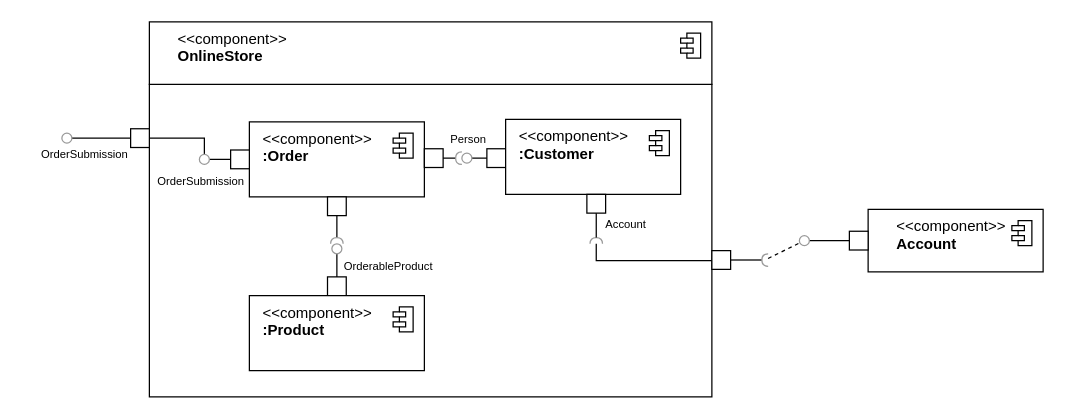
Above: examples/uml-component-example.drawio in jgraph/drawio-diagrams (draw.io), before the change. Source tidied: cells renumbered, new cells numbered last; positions are measured from the earlier drawing's top-left corner, leaving out a move shared by most shapes. Both pictures are drawn from the tidied source at 125%, with x=0, y=0 at pixel (61, 21).
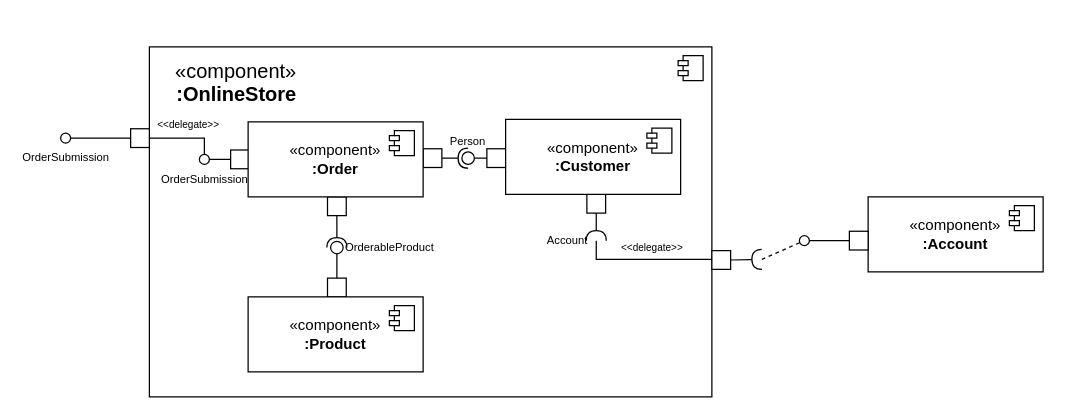
After the change.

Commit message:
updated example diagram

Diff of the diagram source:
```diff
@@
-    <mxCell id="2" style="group;" parent="1" vertex="1">
-      <mxGeometry width="565" height="300" as="geometry" />
-    </mxCell>
-    <mxCell id="3" style="rounded=0;whiteSpace=wrap;html=1;" parent="2" vertex="1">
-      <mxGeometry x="70" y="50" width="450" height="250" as="geometry" />
-    </mxCell>
+    <mxCell id="54" value="«component»&lt;br&gt;&lt;b&gt;:OnlineStore&lt;/b&gt;" style="html=1;whiteSpace=wrap;fontSize=16;labelPosition=left;verticalLabelPosition=top;align=right;verticalAlign=bottom;spacingLeft=0;spacingRight=-120;spacingTop=0;spacingBottom=-50;" parent="1" vertex="1">
+      <mxGeometry x="70" y="20" width="450" height="280" as="geometry" />
+    </mxCell>
+    <mxCell id="55" style="shape=module;jettyWidth=8;jettyHeight=4;fontSize=16;" parent="54" vertex="1">
+      <mxGeometry x="1" width="20" height="20" relative="1" as="geometry">
+        <mxPoint x="-27" y="7" as="offset" />
+      </mxGeometry>
+    </mxCell>
+    <mxCell id="15" style="edgeStyle=orthogonalEdgeStyle;rounded=0;jettySize=auto;html=1;labelBackgroundColor=none;endArrow=none;endFill=0;" parent="1" edge="1" source="43" target="7">
+      <mxGeometry relative="1" as="geometry">
+        <Array as="points">
+          <mxPoint x="114" y="93" />
+        </Array>
+      </mxGeometry>
+    </mxCell>
+    <mxCell id="56" value="&amp;lt;&amp;lt;delegate&amp;gt;&amp;gt;" style="edgeLabel;html=1;align=center;verticalAlign=bottom;fontSize=8;labelPosition=center;verticalLabelPosition=top;" parent="15" vertex="1">
+      <mxGeometry x="-0.05" y="1" relative="1" as="geometry">
+        <mxPoint y="-5" as="offset" />
+      </mxGeometry>
+    </mxCell>
+    <mxCell id="57" value="«component»&lt;br style=&quot;font-size: 12px;&quot;&gt;&lt;b style=&quot;font-size: 12px;&quot;&gt;:Account&lt;/b&gt;" style="html=1;whiteSpace=wrap;fontSize=12;" parent="1" vertex="1">
+      <mxGeometry x="645" y="140" width="140" height="60" as="geometry" />
+    </mxCell>
+    <mxCell id="58" style="shape=module;jettyWidth=8;jettyHeight=4;fontSize=16;" parent="57" vertex="1">
+      <mxGeometry x="1" width="20" height="20" relative="1" as="geometry">
+        <mxPoint x="-27" y="7" as="offset" />
+      </mxGeometry>
+    </mxCell>
+    <mxCell id="19" style="html=1;rounded=0;" parent="1" vertex="1">
+      <mxGeometry x="630" y="167.5" width="15" height="15" as="geometry" />
+    </mxCell>
+    <mxCell id="20" style="endArrow=none;html=1;rounded=0;align=center;verticalAlign=top;endFill=0;labelBackgroundColor=none;endSize=2;fontSize=9;" parent="1" edge="1" source="19" target="73">
+      <mxGeometry relative="1" as="geometry" />
+    </mxCell>
+    <mxCell id="37" style="html=1;rounded=0;" parent="1" vertex="1">
+      <mxGeometry x="289" y="101.5" width="15" height="15" as="geometry" />
+    </mxCell>
+    <mxCell id="40" style="html=1;rounded=0;" parent="1" vertex="1">
+      <mxGeometry x="135" y="102.5" width="15" height="15" as="geometry" />
+    </mxCell>
+    <mxCell id="41" style="endArrow=none;html=1;rounded=0;align=center;verticalAlign=top;endFill=0;labelBackgroundColor=none;endSize=2;" parent="1" edge="1" source="40" target="43">
+      <mxGeometry relative="1" as="geometry" />
+    </mxCell>
+    <mxCell id="43" value="OrderSubmission" style="ellipse;html=1;fontSize=9;align=center;fillColor=none;points=[];verticalAlign=top;labelPosition=center;verticalLabelPosition=bottom;flipH=1;strokeColor=#000000;" parent="1" vertex="1">
+      <mxGeometry x="110" y="106" width="8" height="8" as="geometry" />
+    </mxCell>
+    <mxCell id="44" style="html=1;rounded=0;" parent="1" vertex="1">
+      <mxGeometry x="212.5" y="140" width="15" height="15" as="geometry" />
+    </mxCell>
+    <mxCell id="23" style="html=1;rounded=0;" parent="1" vertex="1">
+      <mxGeometry x="340" y="101.5" width="15" height="15" as="geometry" />
+    </mxCell>
+    <mxCell id="31" style="html=1;rounded=0;" parent="1" vertex="1">
+      <mxGeometry x="420" y="138" width="15" height="15" as="geometry" />
+    </mxCell>
+    <mxCell id="48" style="html=1;rounded=0;" parent="1" vertex="1">
+      <mxGeometry x="212.5" y="205" width="15" height="15" as="geometry" />
+    </mxCell>
+    <mxCell id="59" style="rounded=0;jettySize=auto;html=1;endArrow=halfCircle;endFill=0;endSize=6;strokeWidth=1;sketch=0;fontSize=12;curved=1;exitX=1;exitY=0.5;exitDx=0;exitDy=0;" parent="1" edge="1" source="37" target="25">
+      <mxGeometry relative="1" as="geometry" />
+    </mxCell>
+    <mxCell id="60" style="rounded=0;jettySize=auto;html=1;endArrow=oval;endFill=0;sketch=0;sourcePerimeterSpacing=0;targetPerimeterSpacing=0;endSize=10;fontSize=12;curved=1;exitX=0;exitY=0.5;exitDx=0;exitDy=0;" parent="1" edge="1" source="23" target="25">
+      <mxGeometry relative="1" as="geometry" />
+    </mxCell>
+    <mxCell id="61" style="rounded=0;jettySize=auto;html=1;endArrow=halfCircle;endFill=0;endSize=6;strokeWidth=1;sketch=0;fontSize=12;curved=1;exitX=0.5;exitY=1;exitDx=0;exitDy=0;" parent="1" edge="1" source="44" target="50">
+      <mxGeometry relative="1" as="geometry" />
+    </mxCell>
+    <mxCell id="62" style="rounded=0;jettySize=auto;html=1;endArrow=oval;endFill=0;sketch=0;sourcePerimeterSpacing=0;targetPerimeterSpacing=0;endSize=10;fontSize=12;curved=1;exitX=0.5;exitY=0;exitDx=0;exitDy=0;" parent="1" edge="1" source="48" target="50">
+      <mxGeometry relative="1" as="geometry" />
+    </mxCell>
+    <mxCell id="63" style="rounded=0;jettySize=auto;html=1;endArrow=halfCircle;endFill=0;endSize=6;strokeWidth=1;sketch=0;fontSize=12;curved=1;exitX=0.5;exitY=1;exitDx=0;exitDy=0;" parent="1" edge="1" source="31" target="33">
+      <mxGeometry relative="1" as="geometry" />
+    </mxCell>
-    <mxCell id="4" style="html=1;rounded=0;" parent="2" vertex="1">
+    <mxCell id="4" style="html=1;rounded=0;" parent="1" vertex="1">
       <mxGeometry x="520" y="183" width="15" height="15" as="geometry" />
     </mxCell>
-    <mxCell id="5" style="endArrow=none;html=1;rounded=0;align=center;verticalAlign=top;endFill=0;labelBackgroundColor=none;endSize=2;" parent="2" edge="1" source="4" target="6">
-      <mxGeometry relative="1" as="geometry" />
-    </mxCell>
-    <mxCell id="6" style="shape=requiredInterface;html=1;fontSize=11;align=center;fillColor=none;points=[];verticalAlign=bottom;labelPosition=center;verticalLabelPosition=top;flipH=1;strokeColor=#999999;" parent="2" vertex="1">
-      <mxGeometry x="560" y="185.5" width="5" height="10" as="geometry" />
-    </mxCell>
-    <mxCell id="7" style="html=1;rounded=0;" parent="2" vertex="1">
+    <mxCell id="7" style="html=1;rounded=0;" parent="1" vertex="1">
       <mxGeometry x="55" y="85.5" width="15" height="15" as="geometry" />
     </mxCell>
-    <mxCell id="8" style="endArrow=none;html=1;rounded=0;align=center;verticalAlign=top;endFill=0;labelBackgroundColor=none;endSize=2;" parent="2" edge="1" source="7" target="10">
+    <mxCell id="8" style="endArrow=none;html=1;rounded=0;align=center;verticalAlign=top;endFill=0;labelBackgroundColor=none;endSize=2;" parent="1" edge="1" source="7" target="10">
       <mxGeometry relative="1" as="geometry" />
     </mxCell>
-    <mxCell id="9" value="OrderSubmission" style="edgeLabel;html=1;align=center;verticalAlign=middle;fontSize=9;" parent="8" vertex="1">
-      <mxGeometry x="0.62" y="-1" relative="1" as="geometry">
-        <mxPoint y="13" as="offset" />
-      </mxGeometry>
-    </mxCell>
-    <mxCell id="10" style="ellipse;html=1;fontSize=11;align=center;fillColor=none;points=[];verticalAlign=bottom;labelPosition=center;verticalLabelPosition=top;flipH=1;strokeColor=#999999;" parent="2" vertex="1">
-      <mxGeometry y="89" width="8" height="8" as="geometry" />
+    <mxCell id="10" value="OrderSubmission" style="ellipse;html=1;fontSize=9;align=center;fillColor=none;points=[];verticalAlign=top;labelPosition=center;verticalLabelPosition=bottom;flipH=1;strokeColor=#000000;" parent="1" vertex="1">
+      <mxGeometry x="-1" y="89" width="8" height="8" as="geometry" />
     </mxCell>
-    <mxCell id="11" value="&lt;div&gt;&amp;lt;&amp;lt;component&amp;gt;&amp;gt;&lt;/div&gt;&lt;div&gt;&lt;b&gt;OnlineStore&lt;/b&gt;&lt;/div&gt;" style="html=1;align=left;spacingLeft=21;verticalAlign=top;" parent="2" vertex="1">
-      <mxGeometry x="70" width="450" height="50" as="geometry" />
-    </mxCell>
-    <mxCell id="12" style="shape=module;jettyWidth=10;jettyHeight=4;" parent="11" vertex="1">
-      <mxGeometry x="1" width="16" height="20" relative="1" as="geometry">
-        <mxPoint x="-25" y="9" as="offset" />
-      </mxGeometry>
-    </mxCell>
+    <mxCell id="64" value="«component»&lt;br style=&quot;font-size: 12px;&quot;&gt;&lt;b style=&quot;font-size: 12px;&quot;&gt;:Product&lt;/b&gt;" style="html=1;whiteSpace=wrap;fontSize=12;" parent="1" vertex="1">
+      <mxGeometry x="149" y="220" width="140" height="60" as="geometry" />
+    </mxCell>
+    <mxCell id="65" style="shape=module;jettyWidth=8;jettyHeight=4;fontSize=16;" parent="64" vertex="1">
+      <mxGeometry x="1" width="20" height="20" relative="1" as="geometry">
+        <mxPoint x="-27" y="7" as="offset" />
+      </mxGeometry>
+    </mxCell>
+    <mxCell id="66" value="«component»&lt;br style=&quot;font-size: 12px;&quot;&gt;&lt;b style=&quot;font-size: 12px;&quot;&gt;:Customer&lt;/b&gt;" style="html=1;whiteSpace=wrap;fontSize=12;" parent="1" vertex="1">
+      <mxGeometry x="355" y="78" width="140" height="60" as="geometry" />
+    </mxCell>
+    <mxCell id="67" style="shape=module;jettyWidth=8;jettyHeight=4;fontSize=16;" parent="66" vertex="1">
+      <mxGeometry x="1" width="20" height="20" relative="1" as="geometry">
+        <mxPoint x="-27" y="7" as="offset" />
+      </mxGeometry>
+    </mxCell>
+    <mxCell id="68" value="«component»&lt;br style=&quot;font-size: 12px;&quot;&gt;&lt;b style=&quot;font-size: 12px;&quot;&gt;:Order&lt;/b&gt;" style="html=1;whiteSpace=wrap;fontSize=12;" parent="1" vertex="1">
+      <mxGeometry x="149" y="80" width="140" height="60" as="geometry" />
+    </mxCell>
+    <mxCell id="69" style="shape=module;jettyWidth=8;jettyHeight=4;fontSize=16;" parent="68" vertex="1">
+      <mxGeometry x="1" width="20" height="20" relative="1" as="geometry">
+        <mxPoint x="-27" y="7" as="offset" />
+      </mxGeometry>
+    </mxCell>
+    <mxCell id="25" value="Person" style="ellipse;whiteSpace=wrap;html=1;align=center;fillColor=none;strokeColor=none;perimeter=centerPerimeter;points=[];outlineConnect=1;fontSize=9;labelPosition=center;verticalLabelPosition=top;verticalAlign=bottom;" parent="1" vertex="1">
+      <mxGeometry x="320" y="104" width="10" height="10" as="geometry" />
+    </mxCell>
+    <mxCell id="50" value="OrderableProduct" style="ellipse;whiteSpace=wrap;html=1;align=left;fillColor=none;strokeColor=none;perimeter=centerPerimeter;points=[];outlineConnect=1;fontSize=9;labelPosition=right;verticalLabelPosition=middle;verticalAlign=middle;" parent="1" vertex="1">
+      <mxGeometry x="215" y="175.5" width="10" height="10" as="geometry" />
+    </mxCell>
+    <mxCell id="33" value="Account" style="ellipse;whiteSpace=wrap;html=1;align=right;fillColor=none;strokeColor=none;perimeter=centerPerimeter;points=[];outlineConnect=1;fontSize=9;labelPosition=left;verticalLabelPosition=middle;verticalAlign=middle;" parent="1" vertex="1">
+      <mxGeometry x="422.5" y="170" width="10" height="10" as="geometry" />
+    </mxCell>
-    <mxCell id="13" style="edgeStyle=orthogonalEdgeStyle;rounded=0;jettySize=auto;html=1;labelBackgroundColor=none;endArrow=none;endFill=0;" parent="1" edge="1" source="28" target="4">
-      <mxGeometry relative="1" as="geometry">
+    <mxCell id="13" value="&lt;span style=&quot;caret-color: rgb(0, 0, 0); color: rgb(0, 0, 0); font-family: Helvetica; font-size: 8px; font-style: normal; font-variant-caps: normal; font-weight: 400; letter-spacing: normal; text-align: center; text-indent: 0px; text-transform: none; word-spacing: 0px; -webkit-text-stroke-width: 0px; background-color: rgb(255, 255, 255); text-decoration: none; float: none; display: inline !important;&quot;&gt;&amp;lt;&amp;lt;delegate&amp;gt;&amp;gt;&lt;/span&gt;" style="edgeStyle=orthogonalEdgeStyle;rounded=0;jettySize=auto;html=1;labelBackgroundColor=none;endArrow=none;endFill=0;exitX=0.45;exitY=1;exitDx=0;exitDy=0;exitPerimeter=0;" parent="1" edge="1" source="33" target="4">
+      <mxGeometry x="0.08" y="10" relative="1" as="geometry">
         <Array as="points">
-          <mxPoint x="428" y="191" />
+          <mxPoint x="428" y="190" />
         </Array>
+        <mxPoint x="1" as="offset" />
       </mxGeometry>
     </mxCell>
-    <mxCell id="14" style="rounded=0;jettySize=auto;html=1;labelBackgroundColor=none;endArrow=none;endFill=0;fontSize=9;dashed=1;" parent="1" edge="1" source="6" target="21">
-      <mxGeometry relative="1" as="geometry" />
-    </mxCell>
-    <mxCell id="15" style="edgeStyle=orthogonalEdgeStyle;rounded=0;jettySize=auto;html=1;labelBackgroundColor=none;endArrow=none;endFill=0;" parent="1" edge="1" source="43" target="7">
-      <mxGeometry relative="1" as="geometry">
-        <Array as="points">
-          <mxPoint x="114" y="93" />
-        </Array>
-      </mxGeometry>
-    </mxCell>
-    <mxCell id="16" style="group;" parent="1" vertex="1">
-      <mxGeometry x="590" y="150" width="195" height="50" as="geometry" />
-    </mxCell>
-    <mxCell id="17" value="&lt;div&gt;&amp;lt;&amp;lt;component&amp;gt;&amp;gt;&lt;/div&gt;&lt;div&gt;&lt;b&gt;Account&lt;/b&gt;&lt;/div&gt;" style="html=1;align=left;spacingLeft=21;verticalAlign=top;" parent="16" vertex="1">
-      <mxGeometry x="55" width="140" height="50" as="geometry" />
-    </mxCell>
-    <mxCell id="18" style="shape=module;jettyWidth=10;jettyHeight=4;" parent="17" vertex="1">
-      <mxGeometry x="1" width="16" height="20" relative="1" as="geometry">
-        <mxPoint x="-25" y="9" as="offset" />
-      </mxGeometry>
-    </mxCell>
-    <mxCell id="19" style="html=1;rounded=0;" parent="16" vertex="1">
-      <mxGeometry x="40" y="17.5" width="15" height="15" as="geometry" />
-    </mxCell>
-    <mxCell id="20" style="endArrow=none;html=1;rounded=0;align=center;verticalAlign=top;endFill=0;labelBackgroundColor=none;endSize=2;fontSize=9;" parent="16" edge="1" source="19" target="21">
-      <mxGeometry relative="1" as="geometry" />
-    </mxCell>
-    <mxCell id="21" style="ellipse;html=1;fontSize=11;align=center;fillColor=none;points=[];verticalAlign=bottom;labelPosition=center;verticalLabelPosition=top;flipH=1;strokeColor=#999999;" parent="16" vertex="1">
-      <mxGeometry y="21" width="8" height="8" as="geometry" />
-    </mxCell>
-    <mxCell id="22" style="group;" parent="1" vertex="1">
-      <mxGeometry x="320" y="78" width="175" height="99.5" as="geometry" />
-    </mxCell>
-    <mxCell id="23" style="html=1;rounded=0;" parent="22" vertex="1">
-      <mxGeometry x="20" y="23.5" width="15" height="15" as="geometry" />
-    </mxCell>
-    <mxCell id="24" style="endArrow=none;html=1;rounded=0;align=center;verticalAlign=top;endFill=0;labelBackgroundColor=none;endSize=2;fontSize=9;" parent="22" edge="1" source="23" target="26">
-      <mxGeometry relative="1" as="geometry" />
-    </mxCell>
-    <mxCell id="25" value="Person" style="edgeLabel;html=1;align=center;verticalAlign=middle;points=[];fontSize=9;" parent="24" vertex="1">
-      <mxGeometry y="-2" relative="1" as="geometry">
-        <mxPoint x="-10" y="-14" as="offset" />
-      </mxGeometry>
-    </mxCell>
-    <mxCell id="26" style="ellipse;html=1;fontSize=11;align=center;fillColor=none;points=[];verticalAlign=bottom;labelPosition=center;verticalLabelPosition=top;flipH=1;strokeColor=#999999;" parent="22" vertex="1">
-      <mxGeometry y="27" width="8" height="8" as="geometry" />
-    </mxCell>
-    <mxCell id="27" style="html=1;rounded=0;" parent="22" vertex="1">
-      <mxGeometry x="100" y="42" width="15" height="15" as="geometry" />
-    </mxCell>
-    <mxCell id="28" style="shape=requiredInterface;html=1;fontSize=11;align=center;fillColor=none;points=[];verticalAlign=bottom;labelPosition=center;verticalLabelPosition=top;flipH=1;strokeColor=#999999;rotation=90;" parent="22" vertex="1">
-      <mxGeometry x="105" y="92" width="5" height="10" as="geometry" />
-    </mxCell>
-    <mxCell id="29" value="&lt;div&gt;&amp;lt;&amp;lt;component&amp;gt;&amp;gt;&lt;/div&gt;&lt;div&gt;&lt;b&gt;:Customer&lt;/b&gt;&lt;/div&gt;" style="html=1;align=left;spacingLeft=9;verticalAlign=top;" parent="22" vertex="1">
-      <mxGeometry x="35" width="140" height="60" as="geometry" />
-    </mxCell>
-    <mxCell id="30" style="shape=module;jettyWidth=10;jettyHeight=4;" parent="29" vertex="1">
-      <mxGeometry x="1" width="16" height="20" relative="1" as="geometry">
-        <mxPoint x="-25" y="9" as="offset" />
-      </mxGeometry>
-    </mxCell>
-    <mxCell id="31" style="html=1;rounded=0;" parent="22" vertex="1">
-      <mxGeometry x="100" y="60" width="15" height="15" as="geometry" />
-    </mxCell>
-    <mxCell id="32" style="endArrow=none;html=1;rounded=0;align=center;verticalAlign=top;endFill=0;labelBackgroundColor=none;endSize=2;fontSize=9;" parent="22" edge="1" source="31" target="28">
-      <mxGeometry relative="1" as="geometry" />
-    </mxCell>
-    <mxCell id="33" value="Account" style="edgeLabel;html=1;align=center;verticalAlign=middle;points=[];fontSize=9;" parent="32" vertex="1">
-      <mxGeometry x="-0.18" y="2" relative="1" as="geometry">
-        <mxPoint x="20.5" as="offset" />
-      </mxGeometry>
-    </mxCell>
-    <mxCell id="34" style="group;" parent="1" vertex="1">
-      <mxGeometry x="110" y="80" width="210" height="97.5" as="geometry" />
-    </mxCell>
-    <mxCell id="35" value="&lt;div&gt;&amp;lt;&amp;lt;component&amp;gt;&amp;gt;&lt;/div&gt;&lt;div&gt;&lt;b&gt;:Order&lt;/b&gt;&lt;/div&gt;" style="html=1;align=left;spacingLeft=9;verticalAlign=top;" parent="34" vertex="1">
-      <mxGeometry x="40" width="140" height="60" as="geometry" />
-    </mxCell>
-    <mxCell id="36" style="shape=module;jettyWidth=10;jettyHeight=4;" parent="35" vertex="1">
-      <mxGeometry x="1" width="16" height="20" relative="1" as="geometry">
-        <mxPoint x="-25" y="9" as="offset" />
-      </mxGeometry>
-    </mxCell>
-    <mxCell id="37" style="html=1;rounded=0;" parent="34" vertex="1">
-      <mxGeometry x="180" y="21.5" width="15" height="15" as="geometry" />
-    </mxCell>
-    <mxCell id="38" style="endArrow=none;html=1;rounded=0;align=center;verticalAlign=top;endFill=0;labelBackgroundColor=none;endSize=2;" parent="34" edge="1" source="37" target="39">
-      <mxGeometry relative="1" as="geometry" />
-    </mxCell>
-    <mxCell id="39" style="shape=requiredInterface;html=1;fontSize=11;align=center;fillColor=none;points=[];verticalAlign=bottom;labelPosition=center;verticalLabelPosition=top;flipH=1;strokeColor=#999999;" parent="34" vertex="1">
-      <mxGeometry x="205" y="24" width="5" height="10" as="geometry" />
-    </mxCell>
-    <mxCell id="40" style="html=1;rounded=0;" parent="34" vertex="1">
-      <mxGeometry x="25" y="22.5" width="15" height="15" as="geometry" />
-    </mxCell>
-    <mxCell id="41" style="endArrow=none;html=1;rounded=0;align=center;verticalAlign=top;endFill=0;labelBackgroundColor=none;endSize=2;" parent="34" edge="1" source="40" target="43">
-      <mxGeometry relative="1" as="geometry" />
-    </mxCell>
-    <mxCell id="42" value="OrderSubmission" style="edgeLabel;html=1;align=center;verticalAlign=middle;fontSize=9;" parent="41" vertex="1">
-      <mxGeometry x="0.06" y="-1" relative="1" as="geometry">
-        <mxPoint x="-16" y="18.5" as="offset" />
-      </mxGeometry>
-    </mxCell>
-    <mxCell id="43" style="ellipse;html=1;fontSize=11;align=center;fillColor=none;points=[];verticalAlign=bottom;labelPosition=center;verticalLabelPosition=top;flipH=1;strokeColor=#999999;" parent="34" vertex="1">
-      <mxGeometry y="26" width="8" height="8" as="geometry" />
-    </mxCell>
-    <mxCell id="44" style="html=1;rounded=0;" parent="34" vertex="1">
-      <mxGeometry x="102.5" y="60" width="15" height="15" as="geometry" />
-    </mxCell>
-    <mxCell id="45" style="endArrow=none;html=1;rounded=0;align=center;verticalAlign=top;endFill=0;labelBackgroundColor=none;endSize=2;" parent="34" edge="1" source="44" target="46">
-      <mxGeometry relative="1" as="geometry" />
-    </mxCell>
-    <mxCell id="46" style="shape=requiredInterface;html=1;fontSize=11;align=center;fillColor=none;points=[];verticalAlign=bottom;labelPosition=center;verticalLabelPosition=top;flipH=1;strokeColor=#999999;rotation=90;" parent="34" vertex="1">
-      <mxGeometry x="107.5" y="90" width="5" height="10" as="geometry" />
-    </mxCell>
-    <mxCell id="47" style="group;" parent="1" vertex="1">
-      <mxGeometry x="150" y="177.5" width="140" height="101.5" as="geometry" />
-    </mxCell>
-    <mxCell id="48" style="html=1;rounded=0;" parent="47" vertex="1">
-      <mxGeometry x="62.5" y="26.5" width="15" height="15" as="geometry" />
-    </mxCell>
-    <mxCell id="49" style="endArrow=none;html=1;rounded=0;align=center;verticalAlign=top;endFill=0;labelBackgroundColor=none;endSize=2;fontSize=9;" parent="47" edge="1" source="48" target="51">
-      <mxGeometry relative="1" as="geometry" />
-    </mxCell>
-    <mxCell id="50" value="OrderableProduct" style="edgeLabel;html=1;align=center;verticalAlign=middle;points=[];fontSize=9;" parent="49" vertex="1">
-      <mxGeometry x="0.3" relative="1" as="geometry">
-        <mxPoint x="40" y="3.5" as="offset" />
-      </mxGeometry>
-    </mxCell>
-    <mxCell id="51" style="ellipse;html=1;fontSize=11;align=center;fillColor=none;points=[];verticalAlign=bottom;labelPosition=center;verticalLabelPosition=top;flipH=1;strokeColor=#999999;" parent="47" vertex="1">
-      <mxGeometry x="66" width="8" height="8" as="geometry" />
-    </mxCell>
-    <mxCell id="52" value="&lt;div&gt;&amp;lt;&amp;lt;component&amp;gt;&amp;gt;&lt;/div&gt;&lt;div&gt;&lt;b&gt;:Product&lt;/b&gt;&lt;/div&gt;" style="html=1;align=left;spacingLeft=9;verticalAlign=top;" parent="47" vertex="1">
-      <mxGeometry y="41.5" width="140" height="60" as="geometry" />
-    </mxCell>
-    <mxCell id="53" style="shape=module;jettyWidth=10;jettyHeight=4;" parent="52" vertex="1">
-      <mxGeometry x="1" width="16" height="20" relative="1" as="geometry">
-        <mxPoint x="-25" y="9" as="offset" />
-      </mxGeometry>
-    </mxCell>
+    <mxCell id="70" style="rounded=0;jettySize=auto;html=1;endArrow=halfCircle;endFill=0;endSize=6;strokeWidth=1;sketch=0;fontSize=12;curved=1;exitX=1;exitY=0.5;exitDx=0;exitDy=0;" parent="1" edge="1" source="4">
+      <mxGeometry relative="1" as="geometry">
+        <mxPoint x="560" y="190" as="targetPoint" />
+      </mxGeometry>
+    </mxCell>
+    <mxCell id="71" style="ellipse;whiteSpace=wrap;html=1;align=center;fillColor=none;strokeColor=none;perimeter=centerPerimeter;fontSize=16;" parent="1" vertex="1">
+      <mxGeometry x="440" y="200" width="10" height="10" as="geometry" />
+    </mxCell>
+    <mxCell id="72" style="edgeStyle=none;curved=1;rounded=0;jettySize=auto;html=1;fontSize=12;startSize=8;endSize=8;endArrow=none;endFill=0;dashed=1;" parent="1" edge="1" target="73">
+      <mxGeometry relative="1" as="geometry">
+        <mxPoint x="560" y="190" as="sourcePoint" />
+      </mxGeometry>
+    </mxCell>
+    <mxCell id="73" style="ellipse;html=1;fontSize=11;align=center;fillColor=none;points=[];verticalAlign=bottom;labelPosition=center;verticalLabelPosition=top;flipH=1;" parent="1" vertex="1">
+      <mxGeometry x="590" y="171" width="8" height="8" as="geometry" />
+    </mxCell>
+    <mxCell id="74" style="ellipse;whiteSpace=wrap;html=1;align=center;fillColor=none;strokeColor=none;perimeter=centerPerimeter;fontSize=16;" parent="1" vertex="1">
+      <mxGeometry x="440" y="200" width="10" height="10" as="geometry" />
+    </mxCell>
```
